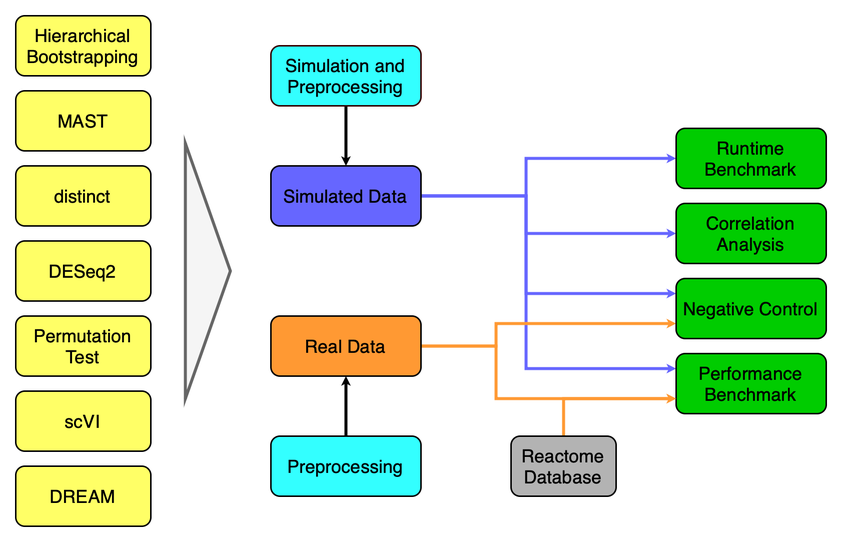
This is assets/Fig_01/Fig_01.png from LeonHafner/sc-guidelines, a draw.io export, as it was before one commit. Source tidied: cells renumbered, new cells last; positions are measured from the earlier drawing's top-left corner, leaving out a move shared by most shapes.
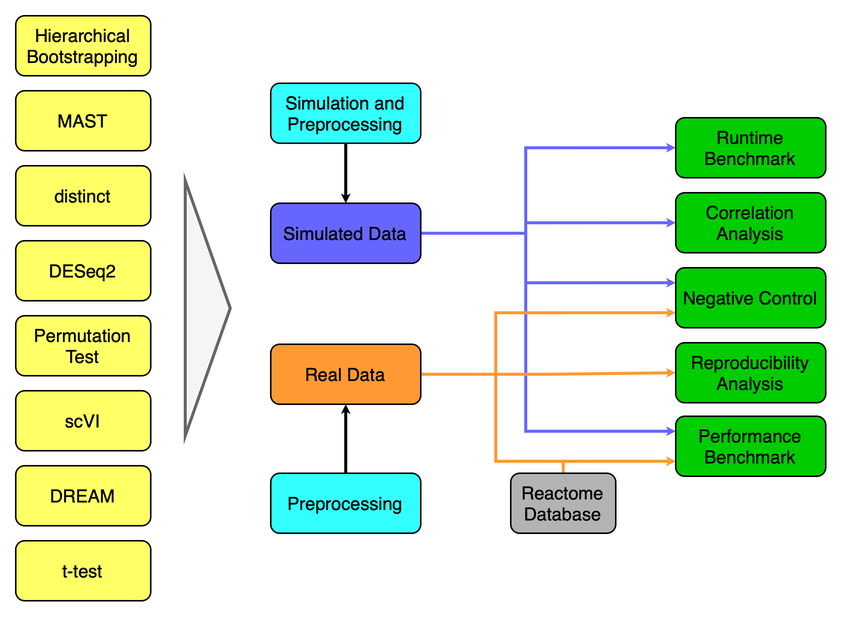
After the commit.

Commit message:
add static Fig_01

What changed in the source:
```diff
@@ -3,25 +3,25 @@
     <mxCell id="0" />
     <mxCell id="1" parent="0" />
     <mxCell id="2" value="DESeq2" style="rounded=1;whiteSpace=wrap;html=1;fontSize=12;glass=0;strokeWidth=1;shadow=0;fillColor=#FFFF66;" parent="1" vertex="1">
-      <mxGeometry y="150" width="90" height="40" as="geometry" />
+      <mxGeometry y="125" width="90" height="40" as="geometry" />
     </mxCell>
     <mxCell id="3" value="distinct" style="rounded=1;whiteSpace=wrap;html=1;fontSize=12;glass=0;strokeWidth=1;shadow=0;fillColor=#FFFF66;" parent="1" vertex="1">
-      <mxGeometry y="100" width="90" height="40" as="geometry" />
+      <mxGeometry y="75" width="90" height="40" as="geometry" />
     </mxCell>
     <mxCell id="4" value="MAST" style="rounded=1;whiteSpace=wrap;html=1;fontSize=12;glass=0;strokeWidth=1;shadow=0;fillColor=#FFFF66;" parent="1" vertex="1">
-      <mxGeometry y="50" width="90" height="40" as="geometry" />
+      <mxGeometry y="25" width="90" height="40" as="geometry" />
     </mxCell>
     <mxCell id="5" value="Permutation Test" style="rounded=1;whiteSpace=wrap;html=1;fontSize=12;glass=0;strokeWidth=1;shadow=0;fillColor=#FFFF66;" parent="1" vertex="1">
-      <mxGeometry y="200" width="90" height="40" as="geometry" />
+      <mxGeometry y="175" width="90" height="40" as="geometry" />
     </mxCell>
     <mxCell id="6" value="Hierarchical Bootstrapping" style="rounded=1;whiteSpace=wrap;html=1;fontSize=12;glass=0;strokeWidth=1;shadow=0;fillColor=#FFFF66;" parent="1" vertex="1">
-      <mxGeometry width="90" height="40" as="geometry" />
+      <mxGeometry y="-25" width="90" height="40" as="geometry" />
     </mxCell>
     <mxCell id="7" style="edgeStyle=orthogonalEdgeStyle;rounded=0;jettySize=auto;html=1;entryX=0;entryY=0.25;entryDx=0;entryDy=0;strokeColor=#6666FF;endSize=0;strokeWidth=2;" parent="1" edge="1" source="11" target="21">
       <mxGeometry relative="1" as="geometry">
         <Array as="points">
           <mxPoint x="340" y="120" />
-          <mxPoint x="340" y="235" />
+          <mxPoint x="340" y="252" />
         </Array>
       </mxGeometry>
     </mxCell>
@@ -29,7 +29,7 @@
       <mxGeometry relative="1" as="geometry">
         <Array as="points">
           <mxPoint x="340" y="120" />
-          <mxPoint x="340" y="185" />
+          <mxPoint x="340" y="153" />
         </Array>
       </mxGeometry>
     </mxCell>
@@ -37,7 +37,7 @@
       <mxGeometry relative="1" as="geometry">
         <Array as="points">
           <mxPoint x="340" y="120" />
-          <mxPoint x="340" y="145" />
+          <mxPoint x="340" y="113" />
         </Array>
       </mxGeometry>
     </mxCell>
@@ -45,7 +45,7 @@
       <mxGeometry relative="1" as="geometry">
         <Array as="points">
           <mxPoint x="340" y="120" />
-          <mxPoint x="340" y="95" />
+          <mxPoint x="340" y="63" />
         </Array>
       </mxGeometry>
     </mxCell>
@@ -55,21 +55,24 @@
     <mxCell id="12" style="edgeStyle=orthogonalEdgeStyle;rounded=0;jettySize=auto;html=1;entryX=0;entryY=0.75;entryDx=0;entryDy=0;strokeColor=#FF9933;endSize=0;strokeWidth=2;" parent="1" edge="1" source="14" target="21">
       <mxGeometry relative="1" as="geometry">
         <Array as="points">
-          <mxPoint x="320" y="220" />
-          <mxPoint x="320" y="255" />
+          <mxPoint x="320" y="214" />
+          <mxPoint x="320" y="272" />
         </Array>
       </mxGeometry>
     </mxCell>
     <mxCell id="13" style="edgeStyle=orthogonalEdgeStyle;rounded=0;jettySize=auto;html=1;entryX=0;entryY=0.75;entryDx=0;entryDy=0;strokeColor=#FF9933;endSize=0;strokeWidth=2;" parent="1" edge="1" source="14" target="26">
       <mxGeometry relative="1" as="geometry">
         <Array as="points">
-          <mxPoint x="320" y="220" />
-          <mxPoint x="320" y="205" />
+          <mxPoint x="320" y="214" />
+          <mxPoint x="320" y="173" />
         </Array>
       </mxGeometry>
     </mxCell>
+    <mxCell id="28" style="edgeStyle=orthogonalEdgeStyle;rounded=0;jettySize=auto;html=1;exitX=1;exitY=0.5;exitDx=0;exitDy=0;entryX=0;entryY=0.5;entryDx=0;entryDy=0;fillColor=#ffe6cc;strokeColor=#FF9933;strokeWidth=2;endSize=0;" parent="1" edge="1" source="14" target="29">
+      <mxGeometry relative="1" as="geometry" />
+    </mxCell>
     <mxCell id="14" value="Real Data" style="rounded=1;whiteSpace=wrap;html=1;fontSize=12;glass=0;strokeWidth=1;shadow=0;fillColor=#FF9933;" parent="1" vertex="1">
-      <mxGeometry x="170" y="200" width="100" height="40" as="geometry" />
+      <mxGeometry x="170" y="194" width="100" height="40" as="geometry" />
     </mxCell>
     <mxCell id="15" style="edgeStyle=orthogonalEdgeStyle;rounded=0;jettySize=auto;html=1;entryX=0.5;entryY=0;entryDx=0;entryDy=0;endSize=0;strokeWidth=2;" parent="1" edge="1" source="16" target="11">
       <mxGeometry relative="1" as="geometry" />
@@ -84,18 +87,18 @@
       <mxGeometry x="170" y="280" width="100" height="40" as="geometry" />
     </mxCell>
     <mxCell id="19" value="Correlation Analysis" style="rounded=1;whiteSpace=wrap;html=1;fontSize=12;glass=0;strokeWidth=1;shadow=0;fillColor=#00CC00;" parent="1" vertex="1">
-      <mxGeometry x="440" y="125" width="100" height="40" as="geometry" />
+      <mxGeometry x="440" y="93" width="100" height="40" as="geometry" />
     </mxCell>
     <mxCell id="20" value="Runtime Benchmark" style="rounded=1;whiteSpace=wrap;html=1;fontSize=12;glass=0;strokeWidth=1;shadow=0;fillColor=#00CC00;" parent="1" vertex="1">
-      <mxGeometry x="440" y="75" width="100" height="40" as="geometry" />
+      <mxGeometry x="440" y="43" width="100" height="40" as="geometry" />
     </mxCell>
     <mxCell id="21" value="Performance Benchmark" style="rounded=1;whiteSpace=wrap;html=1;fontSize=12;glass=0;strokeWidth=1;shadow=0;fillColor=#00CC00;" parent="1" vertex="1">
-      <mxGeometry x="440" y="225" width="100" height="40" as="geometry" />
+      <mxGeometry x="440" y="242" width="100" height="40" as="geometry" />
     </mxCell>
     <mxCell id="22" style="edgeStyle=orthogonalEdgeStyle;rounded=0;jettySize=auto;html=1;entryX=0;entryY=0.75;entryDx=0;entryDy=0;strokeColor=#FF9933;strokeWidth=2;endSize=0;" parent="1" edge="1" source="23" target="21">
       <mxGeometry relative="1" as="geometry">
         <Array as="points">
-          <mxPoint x="365" y="255" />
+          <mxPoint x="365" y="272" />
         </Array>
       </mxGeometry>
     </mxCell>
@@ -103,16 +106,22 @@
       <mxGeometry x="330" y="280" width="70" height="40" as="geometry" />
     </mxCell>
     <mxCell id="24" value="scVI" style="rounded=1;whiteSpace=wrap;html=1;fontSize=12;glass=0;strokeWidth=1;shadow=0;fillColor=#FFFF66;" parent="1" vertex="1">
-      <mxGeometry y="250" width="90" height="40" as="geometry" />
+      <mxGeometry y="225" width="90" height="40" as="geometry" />
     </mxCell>
     <mxCell id="25" value="DREAM" style="rounded=1;whiteSpace=wrap;html=1;fontSize=12;glass=0;strokeWidth=1;shadow=0;fillColor=#FFFF66;" parent="1" vertex="1">
-      <mxGeometry y="300" width="90" height="40" as="geometry" />
+      <mxGeometry y="275" width="90" height="40" as="geometry" />
     </mxCell>
     <mxCell id="26" value="Negative Control" style="rounded=1;whiteSpace=wrap;html=1;fontSize=12;glass=0;strokeWidth=1;shadow=0;fillColor=#00CC00;" parent="1" vertex="1">
-      <mxGeometry x="440" y="175" width="100" height="40" as="geometry" />
+      <mxGeometry x="440" y="143" width="100" height="40" as="geometry" />
     </mxCell>
     <mxCell id="27" style="triangle;whiteSpace=wrap;html=1;fillColor=#f5f5f5;strokeColor=#666666;fontColor=#333333;strokeWidth=2;" parent="1" vertex="1">
       <mxGeometry x="113" y="85" width="30" height="170" as="geometry" />
     </mxCell>
+    <mxCell id="29" value="Reproducibility&lt;div&gt;Analysis&lt;/div&gt;" style="rounded=1;whiteSpace=wrap;html=1;fontSize=12;glass=0;strokeWidth=1;shadow=0;fillColor=#00CC00;" parent="1" vertex="1">
+      <mxGeometry x="440" y="193" width="100" height="40" as="geometry" />
+    </mxCell>
+    <mxCell id="30" value="t-test" style="rounded=1;whiteSpace=wrap;html=1;fontSize=12;glass=0;strokeWidth=1;shadow=0;fillColor=#FFFF66;" parent="1" vertex="1">
+      <mxGeometry y="325" width="90" height="40" as="geometry" />
+    </mxCell>
   </root>
 </mxGraphModel>
```
